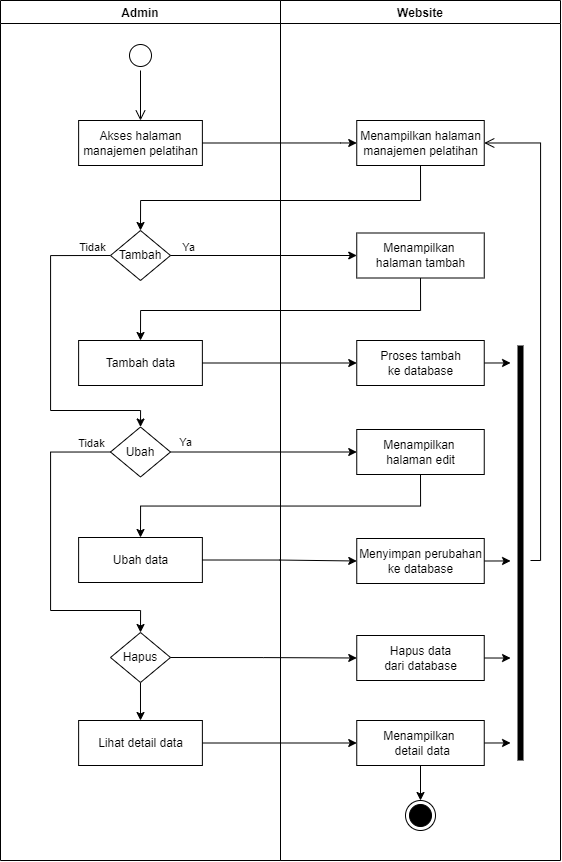
The draw.io diagram Diagram/activity_diagram/admin/admin manajemen pelatihan.drawio.png in secondline16/ptsuryasafetynusantara, before a commit. Source tidied: cells renumbered, new cells last; positions are measured from the earlier drawing's top-left corner, leaving out a move shared by most shapes. The source it was exported from:
```xml
<mxGraphModel>
  <root>
    <mxCell id="0" />
    <mxCell id="1" parent="0" />
    <mxCell id="2" value="Website" style="swimlane;fillColor=none;" parent="1" vertex="1">
      <mxGeometry x="280" width="280" height="860" as="geometry" />
    </mxCell>
    <mxCell id="3" value="Menampilkan halaman&lt;br&gt;manajemen pelatihan" style="html=1;strokeColor=#000000;fillColor=default;" parent="2" vertex="1">
      <mxGeometry x="76.2" y="120" width="127.5" height="45" as="geometry" />
    </mxCell>
    <mxCell id="4" style="ellipse;html=1;shape=endState;fillColor=#000000;strokeColor=#000000;" parent="2" vertex="1">
      <mxGeometry x="125" y="800" width="30" height="30" as="geometry" />
    </mxCell>
    <mxCell id="5" value="Menampilkan &lt;br&gt;halaman tambah" style="html=1;strokeColor=#000000;fillColor=default;" parent="2" vertex="1">
      <mxGeometry x="76.2" y="232.5" width="127.5" height="45" as="geometry" />
    </mxCell>
    <mxCell id="6" value="Proses tambah&lt;br&gt;ke database" style="html=1;strokeColor=#000000;fillColor=default;" parent="2" vertex="1">
      <mxGeometry x="76.2" y="340" width="127.5" height="45" as="geometry" />
    </mxCell>
    <mxCell id="7" value="Menampilkan &lt;br&gt;halaman edit" style="html=1;strokeColor=#000000;fillColor=default;" parent="2" vertex="1">
      <mxGeometry x="76.2" y="429" width="127.5" height="45" as="geometry" />
    </mxCell>
    <mxCell id="8" value="Menyimpan perubahan&lt;br&gt;ke database" style="html=1;strokeColor=#000000;fillColor=default;" parent="2" vertex="1">
      <mxGeometry x="76.2" y="538" width="127.5" height="45" as="geometry" />
    </mxCell>
    <mxCell id="9" value="Hapus data&lt;br&gt;dari database" style="html=1;strokeColor=#000000;fillColor=default;" parent="2" vertex="1">
      <mxGeometry x="76.2" y="635" width="127.5" height="45" as="geometry" />
    </mxCell>
    <mxCell id="10" style="edgeStyle=orthogonalEdgeStyle;rounded=0;jettySize=auto;html=1;exitX=0.5;exitY=1;exitDx=0;exitDy=0;entryX=0.5;entryY=0;entryDx=0;entryDy=0;" parent="2" edge="1" source="11" target="4">
      <mxGeometry relative="1" as="geometry" />
    </mxCell>
    <mxCell id="11" value="Menampilkan &lt;br&gt;&amp;nbsp;detail data" style="html=1;strokeColor=#000000;fillColor=default;" parent="2" vertex="1">
      <mxGeometry x="76.2" y="720" width="127.5" height="45" as="geometry" />
    </mxCell>
    <mxCell id="12" style="shape=line;html=1;strokeWidth=6;strokeColor=#000000;rotation=-90;" parent="2" vertex="1">
      <mxGeometry x="32.5" y="547.5" width="415" height="10" as="geometry" />
    </mxCell>
    <mxCell id="13" style="edgeStyle=orthogonalEdgeStyle;html=1;verticalAlign=bottom;endArrow=open;endSize=8;strokeColor=#000000;rounded=0;entryX=1;entryY=0.5;entryDx=0;entryDy=0;" parent="2" edge="1" target="3">
      <mxGeometry relative="1" as="geometry">
        <mxPoint x="250" y="560" as="sourcePoint" />
        <Array as="points">
          <mxPoint x="260" y="560" />
          <mxPoint x="260" y="143" />
        </Array>
      </mxGeometry>
    </mxCell>
    <mxCell id="14" value="Admin" style="swimlane;fillColor=none;" parent="1" vertex="1">
      <mxGeometry width="280" height="860" as="geometry" />
    </mxCell>
    <mxCell id="15" style="ellipse;html=1;shape=startState;fillColor=default;strokeColor=#000000;" parent="14" vertex="1">
      <mxGeometry x="125" y="40" width="30" height="30" as="geometry" />
    </mxCell>
    <mxCell id="16" style="edgeStyle=orthogonalEdgeStyle;html=1;verticalAlign=bottom;endArrow=open;endSize=8;strokeColor=#000000;rounded=0;" parent="14" edge="1" source="15">
      <mxGeometry relative="1" as="geometry">
        <mxPoint x="140" y="120" as="targetPoint" />
      </mxGeometry>
    </mxCell>
    <mxCell id="17" value="Akses halaman&lt;br&gt;manajemen pelatihan" style="html=1;strokeColor=#000000;fillColor=default;" parent="14" vertex="1">
      <mxGeometry x="78.1" y="120" width="123.8" height="45" as="geometry" />
    </mxCell>
    <mxCell id="18" style="edgeStyle=orthogonalEdgeStyle;rounded=0;jettySize=auto;html=1;exitX=0;exitY=0.5;exitDx=0;exitDy=0;entryX=0.5;entryY=0;entryDx=0;entryDy=0;" parent="14" edge="1" source="19" target="23">
      <mxGeometry relative="1" as="geometry">
        <Array as="points">
          <mxPoint x="50" y="255" />
          <mxPoint x="50" y="410" />
          <mxPoint x="140" y="410" />
        </Array>
      </mxGeometry>
    </mxCell>
    <mxCell id="19" value="Tambah" style="rhombus;whiteSpace=wrap;html=1;" parent="14" vertex="1">
      <mxGeometry x="110" y="230" width="60" height="50" as="geometry" />
    </mxCell>
    <mxCell id="20" value="Tambah data" style="html=1;strokeColor=#000000;fillColor=default;" parent="14" vertex="1">
      <mxGeometry x="78.1" y="340" width="123.8" height="45" as="geometry" />
    </mxCell>
    <mxCell id="21" style="edgeStyle=orthogonalEdgeStyle;rounded=0;jettySize=auto;html=1;exitX=0;exitY=0.5;exitDx=0;exitDy=0;entryX=0.5;entryY=0;entryDx=0;entryDy=0;" parent="14" edge="1" source="23" target="27">
      <mxGeometry relative="1" as="geometry">
        <Array as="points">
          <mxPoint x="50" y="451" />
          <mxPoint x="50" y="610" />
          <mxPoint x="140" y="610" />
        </Array>
      </mxGeometry>
    </mxCell>
    <mxCell id="22" value="Tidak" style="edgeLabel;html=1;align=center;verticalAlign=middle;" parent="21" vertex="1">
      <mxGeometry x="-0.88" y="-1" relative="1" as="geometry">
        <mxPoint y="-8" as="offset" />
      </mxGeometry>
    </mxCell>
    <mxCell id="23" value="Ubah" style="rhombus;whiteSpace=wrap;html=1;" parent="14" vertex="1">
      <mxGeometry x="110" y="426.5" width="60" height="50" as="geometry" />
    </mxCell>
    <mxCell id="24" value="Tidak" style="edgeLabel;html=1;align=center;verticalAlign=middle;" parent="14" vertex="1">
      <mxGeometry x="188.9" y="253" as="geometry">
        <mxPoint x="-98" y="-7" as="offset" />
      </mxGeometry>
    </mxCell>
    <mxCell id="25" value="Ubah data" style="html=1;strokeColor=#000000;fillColor=default;" parent="14" vertex="1">
      <mxGeometry x="78.1" y="537" width="123.8" height="45" as="geometry" />
    </mxCell>
    <mxCell id="26" style="edgeStyle=orthogonalEdgeStyle;rounded=0;jettySize=auto;html=1;exitX=0.5;exitY=1;exitDx=0;exitDy=0;entryX=0.5;entryY=0;entryDx=0;entryDy=0;" parent="14" edge="1" source="27" target="28">
      <mxGeometry relative="1" as="geometry" />
    </mxCell>
    <mxCell id="27" value="Hapus" style="rhombus;whiteSpace=wrap;html=1;" parent="14" vertex="1">
      <mxGeometry x="110" y="632" width="60" height="50" as="geometry" />
    </mxCell>
    <mxCell id="28" value="Lihat detail data" style="html=1;strokeColor=#000000;fillColor=default;" parent="14" vertex="1">
      <mxGeometry x="78.1" y="720" width="123.8" height="45" as="geometry" />
    </mxCell>
    <mxCell id="29" style="edgeStyle=orthogonalEdgeStyle;rounded=0;jettySize=auto;html=1;exitX=1;exitY=0.5;exitDx=0;exitDy=0;strokeColor=#000000;entryX=0;entryY=0.5;entryDx=0;entryDy=0;" parent="1" edge="1" source="17" target="3">
      <mxGeometry relative="1" as="geometry">
        <Array as="points">
          <mxPoint x="340" y="143" />
          <mxPoint x="350" y="143" />
        </Array>
      </mxGeometry>
    </mxCell>
    <mxCell id="30" style="edgeStyle=orthogonalEdgeStyle;rounded=0;jettySize=auto;html=1;exitX=0.5;exitY=1;exitDx=0;exitDy=0;strokeColor=#000000;entryX=0.5;entryY=0;entryDx=0;entryDy=0;" parent="1" edge="1" source="3" target="19">
      <mxGeometry relative="1" as="geometry">
        <Array as="points">
          <mxPoint x="420" y="200" />
          <mxPoint x="140" y="200" />
        </Array>
      </mxGeometry>
    </mxCell>
    <mxCell id="31" style="edgeStyle=orthogonalEdgeStyle;rounded=0;jettySize=auto;html=1;exitX=1;exitY=0.5;exitDx=0;exitDy=0;entryX=0;entryY=0.5;entryDx=0;entryDy=0;" parent="1" edge="1" source="19" target="5">
      <mxGeometry relative="1" as="geometry" />
    </mxCell>
    <mxCell id="32" value="Ya" style="edgeLabel;html=1;align=center;verticalAlign=middle;" parent="31" vertex="1">
      <mxGeometry x="-0.81" y="2" relative="1" as="geometry">
        <mxPoint y="-7" as="offset" />
      </mxGeometry>
    </mxCell>
    <mxCell id="33" style="edgeStyle=orthogonalEdgeStyle;rounded=0;jettySize=auto;html=1;exitX=0.5;exitY=1;exitDx=0;exitDy=0;entryX=0.5;entryY=0;entryDx=0;entryDy=0;" parent="1" edge="1" source="5" target="20">
      <mxGeometry relative="1" as="geometry">
        <Array as="points">
          <mxPoint x="420" y="310" />
          <mxPoint x="140" y="310" />
        </Array>
      </mxGeometry>
    </mxCell>
    <mxCell id="34" style="edgeStyle=orthogonalEdgeStyle;rounded=0;jettySize=auto;html=1;exitX=1;exitY=0.5;exitDx=0;exitDy=0;entryX=0;entryY=0.5;entryDx=0;entryDy=0;" parent="1" edge="1" source="20" target="6">
      <mxGeometry relative="1" as="geometry" />
    </mxCell>
    <mxCell id="35" style="edgeStyle=orthogonalEdgeStyle;rounded=0;jettySize=auto;html=1;exitX=1;exitY=0.5;exitDx=0;exitDy=0;entryX=0;entryY=0.5;entryDx=0;entryDy=0;" parent="1" edge="1" source="23" target="7">
      <mxGeometry relative="1" as="geometry" />
    </mxCell>
    <mxCell id="36" value="Ya" style="edgeLabel;html=1;align=center;verticalAlign=middle;" parent="35" vertex="1">
      <mxGeometry x="-0.85" y="1" relative="1" as="geometry">
        <mxPoint y="-9" as="offset" />
      </mxGeometry>
    </mxCell>
    <mxCell id="37" style="edgeStyle=orthogonalEdgeStyle;rounded=0;jettySize=auto;html=1;exitX=0.5;exitY=1;exitDx=0;exitDy=0;entryX=0.5;entryY=0;entryDx=0;entryDy=0;" parent="1" edge="1" source="7" target="25">
      <mxGeometry relative="1" as="geometry" />
    </mxCell>
    <mxCell id="38" style="edgeStyle=orthogonalEdgeStyle;rounded=0;jettySize=auto;html=1;exitX=1;exitY=0.5;exitDx=0;exitDy=0;entryX=0;entryY=0.5;entryDx=0;entryDy=0;" parent="1" edge="1" source="25" target="8">
      <mxGeometry relative="1" as="geometry" />
    </mxCell>
    <mxCell id="39" style="edgeStyle=orthogonalEdgeStyle;rounded=0;jettySize=auto;html=1;exitX=1;exitY=0.5;exitDx=0;exitDy=0;entryX=0;entryY=0.5;entryDx=0;entryDy=0;" parent="1" edge="1" source="27" target="9">
      <mxGeometry relative="1" as="geometry" />
    </mxCell>
    <mxCell id="40" style="edgeStyle=orthogonalEdgeStyle;rounded=0;jettySize=auto;html=1;exitX=1;exitY=0.5;exitDx=0;exitDy=0;entryX=0;entryY=0.5;entryDx=0;entryDy=0;" parent="1" edge="1" source="28" target="11">
      <mxGeometry relative="1" as="geometry" />
    </mxCell>
    <mxCell id="41" style="edgeStyle=orthogonalEdgeStyle;rounded=0;jettySize=auto;html=1;exitX=1;exitY=0.5;exitDx=0;exitDy=0;" parent="1" edge="1" source="11">
      <mxGeometry relative="1" as="geometry">
        <mxPoint x="510" y="742.3" as="targetPoint" />
      </mxGeometry>
    </mxCell>
    <mxCell id="42" style="edgeStyle=orthogonalEdgeStyle;rounded=0;jettySize=auto;html=1;exitX=1;exitY=0.5;exitDx=0;exitDy=0;" parent="1" edge="1" source="9">
      <mxGeometry relative="1" as="geometry">
        <mxPoint x="510" y="657.7" as="targetPoint" />
      </mxGeometry>
    </mxCell>
    <mxCell id="43" style="edgeStyle=orthogonalEdgeStyle;rounded=0;jettySize=auto;html=1;exitX=1;exitY=0.5;exitDx=0;exitDy=0;" parent="1" edge="1" source="8">
      <mxGeometry relative="1" as="geometry">
        <mxPoint x="510" y="560.3" as="targetPoint" />
      </mxGeometry>
    </mxCell>
    <mxCell id="44" style="edgeStyle=orthogonalEdgeStyle;rounded=0;jettySize=auto;html=1;exitX=1;exitY=0.5;exitDx=0;exitDy=0;" parent="1" edge="1" source="6">
      <mxGeometry relative="1" as="geometry">
        <mxPoint x="510" y="362.3" as="targetPoint" />
      </mxGeometry>
    </mxCell>
  </root>
</mxGraphModel>
```
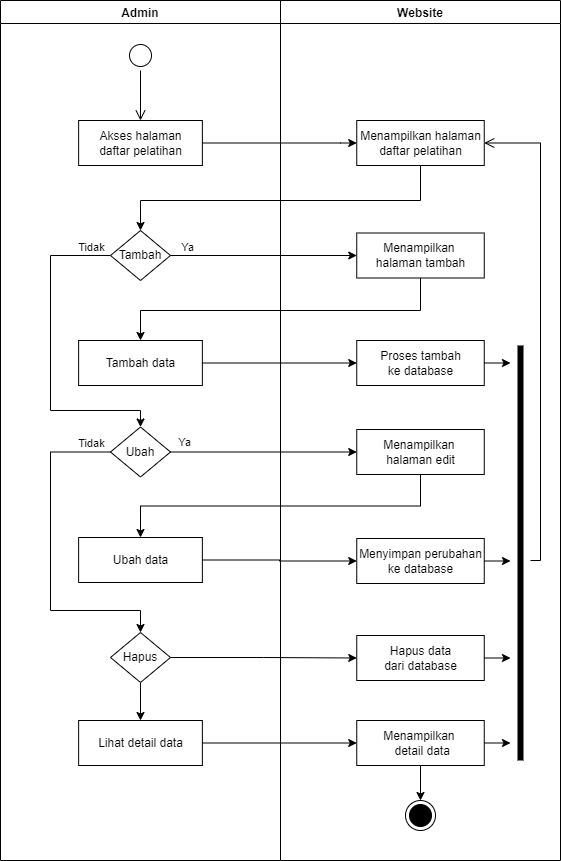
The same diagram one commit later.

Change to the diagram source:
```diff
@@ -5,7 +5,7 @@
     <mxCell id="2" value="Website" style="swimlane;fillColor=none;" parent="1" vertex="1">
       <mxGeometry x="280" width="280" height="860" as="geometry" />
     </mxCell>
-    <mxCell id="3" value="Menampilkan halaman&lt;br&gt;manajemen pelatihan" style="html=1;strokeColor=#000000;fillColor=default;" parent="2" vertex="1">
+    <mxCell id="3" value="Menampilkan halaman&lt;br&gt;daftar pelatihan" style="html=1;strokeColor=#000000;fillColor=default;" parent="2" vertex="1">
       <mxGeometry x="76.2" y="120" width="127.5" height="45" as="geometry" />
     </mxCell>
     <mxCell id="4" style="ellipse;html=1;shape=endState;fillColor=#000000;strokeColor=#000000;" parent="2" vertex="1">
@@ -55,7 +55,7 @@
         <mxPoint x="140" y="120" as="targetPoint" />
       </mxGeometry>
     </mxCell>
-    <mxCell id="17" value="Akses halaman&lt;br&gt;manajemen pelatihan" style="html=1;strokeColor=#000000;fillColor=default;" parent="14" vertex="1">
+    <mxCell id="17" value="Akses halaman&lt;br&gt;daftar pelatihan" style="html=1;strokeColor=#000000;fillColor=default;" parent="14" vertex="1">
       <mxGeometry x="78.1" y="120" width="123.8" height="45" as="geometry" />
     </mxCell>
     <mxCell id="18" style="edgeStyle=orthogonalEdgeStyle;rounded=0;jettySize=auto;html=1;exitX=0;exitY=0.5;exitDx=0;exitDy=0;entryX=0.5;entryY=0;entryDx=0;entryDy=0;" parent="14" edge="1" source="19" target="23">
```
